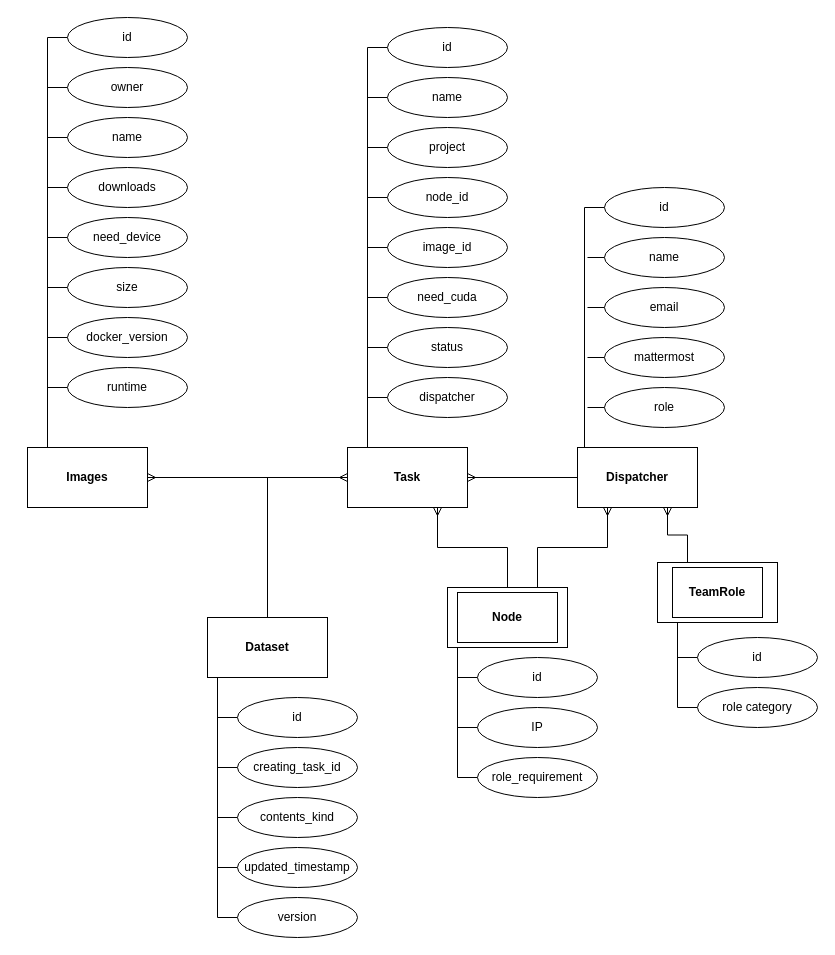
Earlier version of the draw.io diagram page "Page-2" (2 of 2) of labs/lab01_no_bs/er2.drawio (awarebayes/bases). Source tidied: cells renumbered, new cells numbered last; positions are measured from the earlier drawing's top-left corner, leaving out a move shared by most shapes. Both pictures are drawn from the tidied source at 100%, with x=0, y=0 at pixel (27, 17).
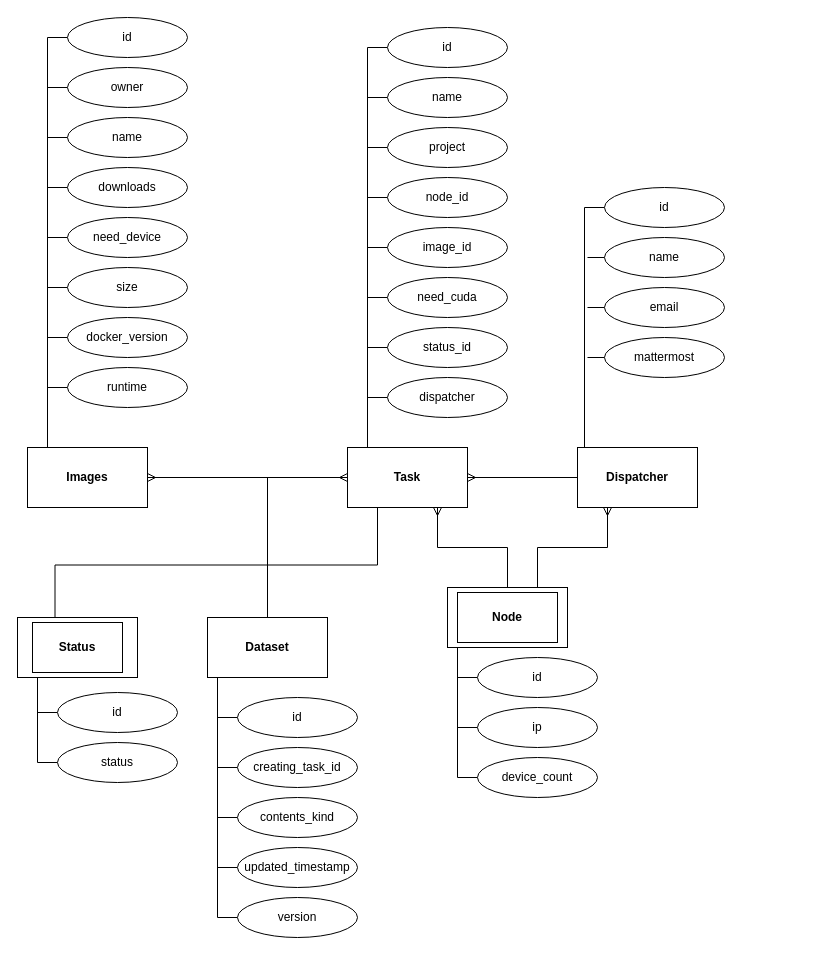
The same page after the edit.

Unchanged cells that the change refers to:
```xml
<mxCell id="7" value="&lt;span style=&quot;font-weight: 700&quot;&gt;Task&lt;/span&gt;" style="rounded=0;whiteSpace=wrap;html=1;" parent="1" vertex="1">
  <mxGeometry x="320" y="430" width="120" height="60" as="geometry" />
</mxCell>
<mxCell id="39" value="&lt;span style=&quot;font-weight: 700&quot;&gt;Dispatcher&lt;/span&gt;" style="rounded=0;whiteSpace=wrap;html=1;" parent="1" vertex="1">
  <mxGeometry x="550" y="430" width="120" height="60" as="geometry" />
</mxCell>
```

The edit, as a diff of the source:
```diff
@@
+    <mxCell id="81" style="edgeStyle=orthogonalEdgeStyle;rounded=0;html=1;exitX=0.25;exitY=1;exitDx=0;exitDy=0;entryX=0.25;entryY=0;entryDx=0;entryDy=0;endArrow=none;endFill=0;" parent="1" edge="1" source="7" target="79">
+      <mxGeometry relative="1" as="geometry" />
+    </mxCell>
@@
-    <mxCell id="45" style="edgeStyle=orthogonalEdgeStyle;rounded=0;jettySize=auto;html=1;exitX=0.25;exitY=0;exitDx=0;exitDy=0;entryX=0.75;entryY=1;entryDx=0;entryDy=0;endArrow=ERmany;endFill=0;" parent="1" edge="1" source="47" target="39">
-      <mxGeometry relative="1" as="geometry" />
-    </mxCell>
     <mxCell id="46" style="edgeStyle=orthogonalEdgeStyle;rounded=0;jettySize=auto;html=1;exitX=0.25;exitY=1;exitDx=0;exitDy=0;entryX=0;entryY=0.5;entryDx=0;entryDy=0;endArrow=none;endFill=0;" parent="1" edge="1" source="47" target="65">
       <mxGeometry relative="1" as="geometry">
         <Array as="points">
-          <mxPoint x="650" y="605" />
-          <mxPoint x="650" y="690" />
+          <mxPoint x="10" y="660" />
+          <mxPoint x="10" y="745" />
         </Array>
       </mxGeometry>
     </mxCell>
     <mxCell id="47" style="rounded=0;whiteSpace=wrap;html=1;" parent="1" vertex="1">
-      <mxGeometry x="630" y="545" width="120" height="60" as="geometry" />
+      <mxGeometry x="-10" y="600" width="120" height="60" as="geometry" />
     </mxCell>
@@
-    <mxCell id="51" value="status" style="ellipse;whiteSpace=wrap;html=1;" parent="1" vertex="1">
+    <mxCell id="51" value="status_id" style="ellipse;whiteSpace=wrap;html=1;" parent="1" vertex="1">
       <mxGeometry x="360" y="310" width="120" height="40" as="geometry" />
     </mxCell>
@@
     <mxCell id="63" style="edgeStyle=orthogonalEdgeStyle;rounded=0;jettySize=auto;html=1;exitX=0;exitY=0.5;exitDx=0;exitDy=0;endArrow=none;endFill=0;" parent="1" edge="1" source="64">
       <mxGeometry relative="1" as="geometry">
-        <mxPoint x="650" y="640.3" as="targetPoint" />
+        <mxPoint x="10" y="695.3" as="targetPoint" />
       </mxGeometry>
     </mxCell>
     <mxCell id="64" value="id" style="ellipse;whiteSpace=wrap;html=1;" parent="1" vertex="1">
-      <mxGeometry x="670" y="620" width="120" height="40" as="geometry" />
+      <mxGeometry x="30" y="675" width="120" height="40" as="geometry" />
     </mxCell>
-    <mxCell id="65" value="role category" style="ellipse;whiteSpace=wrap;html=1;" parent="1" vertex="1">
-      <mxGeometry x="670" y="670" width="120" height="40" as="geometry" />
+    <mxCell id="65" value="status" style="ellipse;whiteSpace=wrap;html=1;" parent="1" vertex="1">
+      <mxGeometry x="30" y="725" width="120" height="40" as="geometry" />
     </mxCell>
-    <mxCell id="66" style="edgeStyle=orthogonalEdgeStyle;rounded=0;jettySize=auto;html=1;exitX=0;exitY=0.5;exitDx=0;exitDy=0;endArrow=none;endFill=0;" parent="1" edge="1" source="67">
-      <mxGeometry relative="1" as="geometry">
-        <mxPoint x="560" y="389.9" as="targetPoint" />
-      </mxGeometry>
-    </mxCell>
-    <mxCell id="67" value="role" style="ellipse;whiteSpace=wrap;html=1;" parent="1" vertex="1">
-      <mxGeometry x="577" y="370" width="120" height="40" as="geometry" />
-    </mxCell>
@@
-    <mxCell id="77" value="IP" style="ellipse;whiteSpace=wrap;html=1;" parent="1" vertex="1">
+    <mxCell id="77" value="ip" style="ellipse;whiteSpace=wrap;html=1;" parent="1" vertex="1">
       <mxGeometry x="450" y="690" width="120" height="40" as="geometry" />
     </mxCell>
@@
-    <mxCell id="79" value="&lt;b&gt;TeamRole&lt;/b&gt;" style="rounded=0;whiteSpace=wrap;html=1;" parent="1" vertex="1">
-      <mxGeometry x="645" y="550" width="90" height="50" as="geometry" />
+    <mxCell id="79" value="&lt;b&gt;Status&lt;/b&gt;" style="rounded=0;whiteSpace=wrap;html=1;" parent="1" vertex="1">
+      <mxGeometry x="5" y="605" width="90" height="50" as="geometry" />
     </mxCell>
-    <mxCell id="80" value="role_requirement" style="ellipse;whiteSpace=wrap;html=1;" parent="1" vertex="1">
+    <mxCell id="80" value="device_count" style="ellipse;whiteSpace=wrap;html=1;" parent="1" vertex="1">
       <mxGeometry x="450" y="740" width="120" height="40" as="geometry" />
     </mxCell>
```
